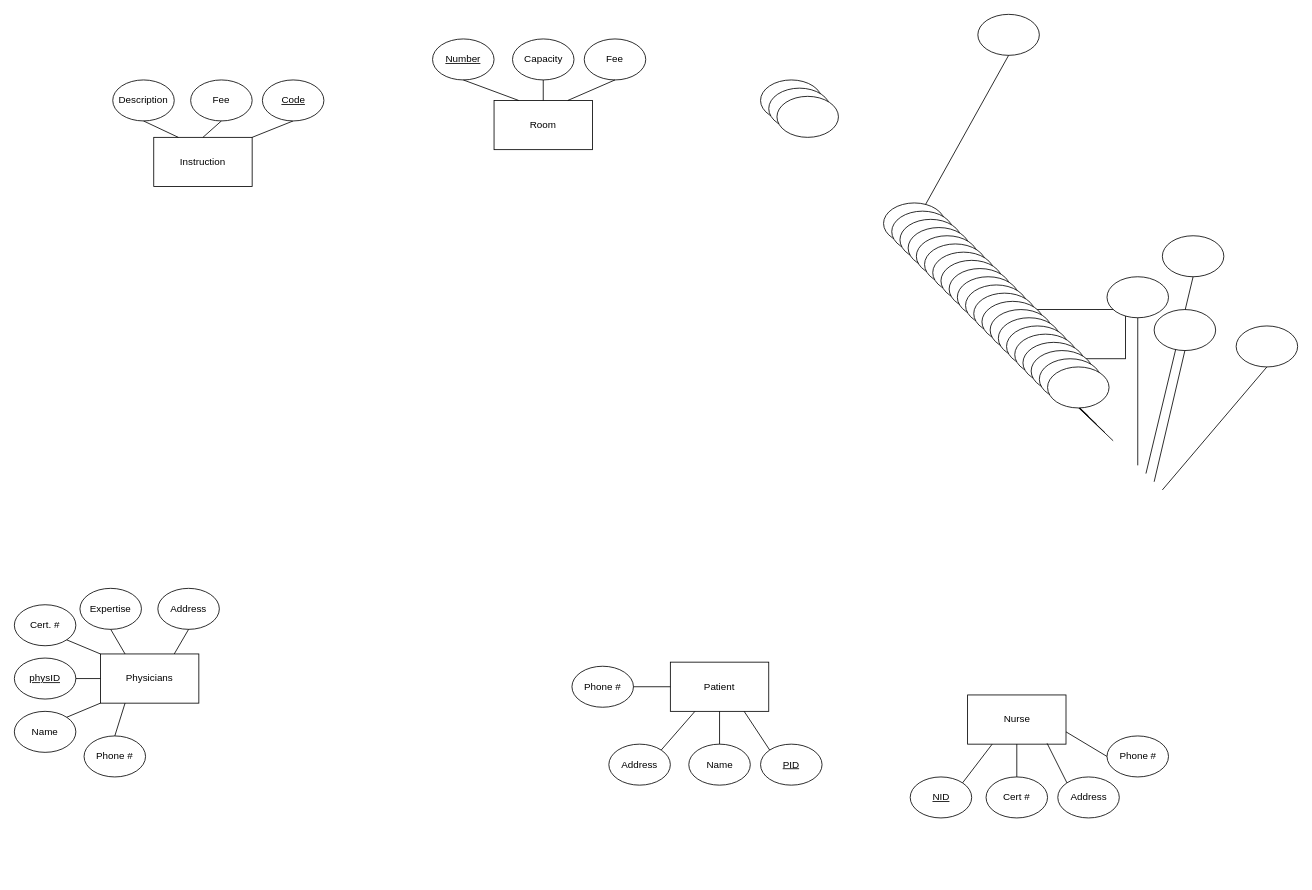
The draw.io diagram Diagrams/finalERD.drawio in RPetrov453/cs480FinalProject, before the edit. Source tidied: cells renumbered, new cells numbered last; positions are measured from the earlier drawing's top-left corner, leaving out a move shared by most shapes. Both pictures are drawn from the tidied source at 82%, with x=0, y=0 at pixel (14, 14).
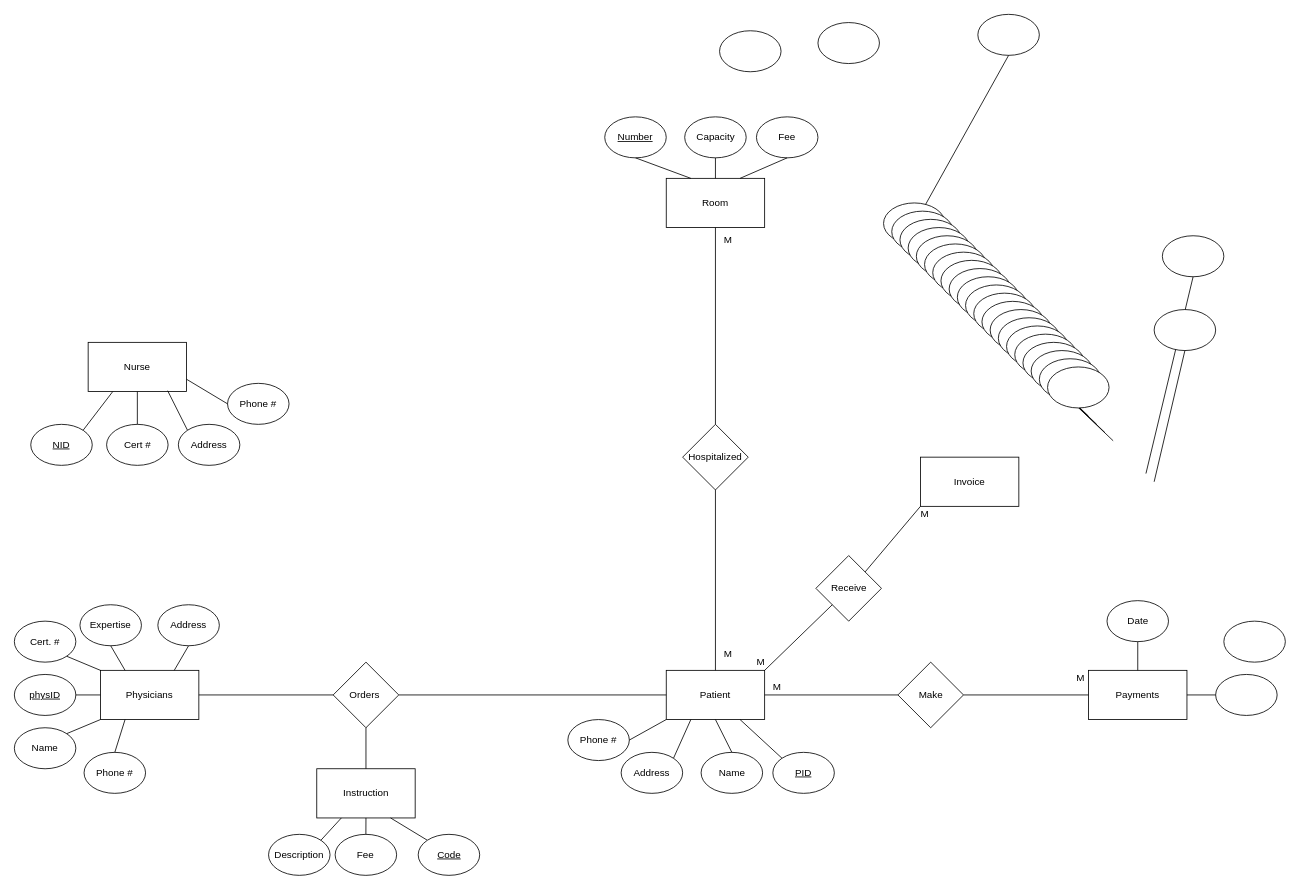
Above is the later version.

Commit message (it also covers changes not shown here):
Added more to ERD, creating template for sql files

The edit, as a diff of the source:
```diff
@@
     <mxCell id="2" value="Physicians" style="rounded=0;whiteSpace=wrap;html=1;" parent="1" vertex="1">
-      <mxGeometry x="105" y="780" width="120" height="60" as="geometry" />
+      <mxGeometry x="105" y="800" width="120" height="60" as="geometry" />
     </mxCell>
     <mxCell id="3" value="Room" style="rounded=0;whiteSpace=wrap;html=1;" parent="1" vertex="1">
-      <mxGeometry x="585" y="105" width="120" height="60" as="geometry" />
+      <mxGeometry x="795" y="200" width="120" height="60" as="geometry" />
     </mxCell>
     <mxCell id="4" value="Instruction" style="rounded=0;whiteSpace=wrap;html=1;" parent="1" vertex="1">
-      <mxGeometry x="170" y="150" width="120" height="60" as="geometry" />
+      <mxGeometry x="368.8" y="920" width="120" height="60" as="geometry" />
     </mxCell>
-    <mxCell id="5" style="rounded=0;whiteSpace=wrap;html=1;" parent="1" vertex="1">
-      <mxGeometry x="1235" y="360" width="120" height="60" as="geometry" />
+    <mxCell id="5" value="Payments" style="rounded=0;whiteSpace=wrap;html=1;" parent="1" vertex="1">
+      <mxGeometry x="1310" y="800" width="120" height="60" as="geometry" />
     </mxCell>
     <mxCell id="6" value="Patient" style="rounded=0;whiteSpace=wrap;html=1;" parent="1" vertex="1">
-      <mxGeometry x="800" y="790" width="120" height="60" as="geometry" />
+      <mxGeometry x="795" y="800" width="120" height="60" as="geometry" />
     </mxCell>
     <mxCell id="7" value="Nurse" style="rounded=0;whiteSpace=wrap;html=1;" parent="1" vertex="1">
-      <mxGeometry x="1162.5" y="830" width="120" height="60" as="geometry" />
+      <mxGeometry x="90" y="400" width="120" height="60" as="geometry" />
     </mxCell>
     <mxCell id="8" value="&lt;u&gt;physID&lt;/u&gt;" style="ellipse;whiteSpace=wrap;html=1;" parent="1" vertex="1">
-      <mxGeometry y="785" width="75" height="50" as="geometry" />
+      <mxGeometry y="805" width="75" height="50" as="geometry" />
     </mxCell>
@@
     <mxCell id="10" style="ellipse;whiteSpace=wrap;html=1;" parent="1" vertex="1">
-      <mxGeometry x="910" y="80" width="75" height="50" as="geometry" />
+      <mxGeometry x="860" y="20" width="75" height="50" as="geometry" />
     </mxCell>
-    <mxCell id="11" style="endArrow=none;html=1;rounded=0;entryX=0.5;entryY=1;entryDx=0;entryDy=0;exitX=1;exitY=0;exitDx=0;exitDy=0;" parent="1" edge="1" source="4" target="14">
+    <mxCell id="11" style="endArrow=none;html=1;rounded=0;entryX=0;entryY=0;entryDx=0;entryDy=0;exitX=0.75;exitY=1;exitDx=0;exitDy=0;" parent="1" edge="1" source="4" target="14">
       <mxGeometry relative="1" as="geometry" />
     </mxCell>
     <mxCell id="12" style="ellipse;whiteSpace=wrap;html=1;" parent="1" vertex="1">
-      <mxGeometry x="920" y="90" width="75" height="50" as="geometry" />
+      <mxGeometry x="980" y="10" width="75" height="50" as="geometry" />
     </mxCell>
     <mxCell id="13" style="ellipse;whiteSpace=wrap;html=1;" parent="1" vertex="1">
-      <mxGeometry x="930" y="100" width="75" height="50" as="geometry" />
+      <mxGeometry x="1475" y="740" width="75" height="50" as="geometry" />
     </mxCell>
     <mxCell id="14" value="&lt;u&gt;Code&lt;/u&gt;" style="ellipse;whiteSpace=wrap;html=1;" parent="1" vertex="1">
-      <mxGeometry x="302.5" y="80" width="75" height="50" as="geometry" />
+      <mxGeometry x="492.5" y="1000" width="75" height="50" as="geometry" />
     </mxCell>
     <mxCell id="15" value="Phone #" style="ellipse;whiteSpace=wrap;html=1;" parent="1" vertex="1">
-      <mxGeometry x="85" y="880" width="75" height="50" as="geometry" />
+      <mxGeometry x="85" y="900" width="75" height="50" as="geometry" />
     </mxCell>
@@
     <mxCell id="17" value="Fee" style="ellipse;whiteSpace=wrap;html=1;" parent="1" vertex="1">
-      <mxGeometry x="215" y="80" width="75" height="50" as="geometry" />
+      <mxGeometry x="391.2" y="1000" width="75" height="50" as="geometry" />
     </mxCell>
-    <mxCell id="18" style="endArrow=none;html=1;rounded=0;entryX=0.5;entryY=1;entryDx=0;entryDy=0;exitX=0.5;exitY=0;exitDx=0;exitDy=0;" parent="1" edge="1" source="4" target="17">
+    <mxCell id="18" style="endArrow=none;html=1;rounded=0;entryX=0.5;entryY=0;entryDx=0;entryDy=0;exitX=0.5;exitY=1;exitDx=0;exitDy=0;" parent="1" edge="1" source="4" target="17">
       <mxGeometry relative="1" as="geometry" />
     </mxCell>
     <mxCell id="19" value="Description" style="ellipse;whiteSpace=wrap;html=1;" parent="1" vertex="1">
-      <mxGeometry x="120" y="80" width="75" height="50" as="geometry" />
+      <mxGeometry x="310" y="1000" width="75" height="50" as="geometry" />
     </mxCell>
-    <mxCell id="20" style="endArrow=none;html=1;rounded=0;entryX=0.5;entryY=1;entryDx=0;entryDy=0;exitX=0.25;exitY=0;exitDx=0;exitDy=0;" parent="1" edge="1" source="4" target="19">
+    <mxCell id="20" style="endArrow=none;html=1;rounded=0;entryX=1;entryY=0;entryDx=0;entryDy=0;exitX=0.25;exitY=1;exitDx=0;exitDy=0;" parent="1" edge="1" source="4" target="19">
       <mxGeometry relative="1" as="geometry" />
     </mxCell>
     <mxCell id="21" value="Capacity" style="ellipse;whiteSpace=wrap;html=1;" parent="1" vertex="1">
-      <mxGeometry x="607.5" y="30" width="75" height="50" as="geometry" />
+      <mxGeometry x="817.5" y="125" width="75" height="50" as="geometry" />
     </mxCell>
@@
     <mxCell id="23" value="Address" style="ellipse;whiteSpace=wrap;html=1;" parent="1" vertex="1">
-      <mxGeometry x="175" y="700" width="75" height="50" as="geometry" />
+      <mxGeometry x="175" y="720" width="75" height="50" as="geometry" />
     </mxCell>
@@
     <mxCell id="27" value="Cert. #" style="ellipse;whiteSpace=wrap;html=1;" parent="1" vertex="1">
-      <mxGeometry y="720" width="75" height="50" as="geometry" />
+      <mxGeometry y="740" width="75" height="50" as="geometry" />
     </mxCell>
@@
     <mxCell id="29" value="Name" style="ellipse;whiteSpace=wrap;html=1;" parent="1" vertex="1">
-      <mxGeometry y="850" width="75" height="50" as="geometry" />
+      <mxGeometry y="870" width="75" height="50" as="geometry" />
     </mxCell>
@@
     <mxCell id="31" value="Expertise" style="ellipse;whiteSpace=wrap;html=1;" parent="1" vertex="1">
-      <mxGeometry x="80" y="700" width="75" height="50" as="geometry" />
+      <mxGeometry x="80" y="720" width="75" height="50" as="geometry" />
     </mxCell>
@@
     <mxCell id="33" value="Fee" style="ellipse;whiteSpace=wrap;html=1;" parent="1" vertex="1">
-      <mxGeometry x="695" y="30" width="75" height="50" as="geometry" />
+      <mxGeometry x="905" y="125" width="75" height="50" as="geometry" />
     </mxCell>
@@
     <mxCell id="35" value="&lt;u&gt;Number&lt;/u&gt;" style="ellipse;whiteSpace=wrap;html=1;" parent="1" vertex="1">
-      <mxGeometry x="510" y="30" width="75" height="50" as="geometry" />
+      <mxGeometry x="720" y="125" width="75" height="50" as="geometry" />
     </mxCell>
@@
     <mxCell id="78" value="Phone #" style="ellipse;whiteSpace=wrap;html=1;" parent="1" vertex="1">
-      <mxGeometry x="1332.5" y="880" width="75" height="50" as="geometry" />
+      <mxGeometry x="260" y="450" width="75" height="50" as="geometry" />
     </mxCell>
@@
-    <mxCell id="80" style="ellipse;whiteSpace=wrap;html=1;" parent="1" vertex="1">
-      <mxGeometry x="1332.5" y="320" width="75" height="50" as="geometry" />
+    <mxCell id="80" value="Date" style="ellipse;whiteSpace=wrap;html=1;" parent="1" vertex="1">
+      <mxGeometry x="1332.5" y="715" width="75" height="50" as="geometry" />
     </mxCell>
-    <mxCell id="81" style="endArrow=none;html=1;rounded=0;entryX=0.5;entryY=1;entryDx=0;entryDy=0;" parent="1" edge="1" target="80">
-      <mxGeometry relative="1" as="geometry">
-        <mxPoint x="1370" y="550" as="sourcePoint" />
-      </mxGeometry>
+    <mxCell id="81" style="endArrow=none;html=1;rounded=0;entryX=0.5;entryY=1;entryDx=0;entryDy=0;exitX=0.5;exitY=0;exitDx=0;exitDy=0;" parent="1" edge="1" source="5" target="80">
+      <mxGeometry relative="1" as="geometry" />
     </mxCell>
@@
     <mxCell id="86" style="ellipse;whiteSpace=wrap;html=1;" parent="1" vertex="1">
-      <mxGeometry x="1490" y="380" width="75" height="50" as="geometry" />
+      <mxGeometry x="1465" y="805" width="75" height="50" as="geometry" />
     </mxCell>
-    <mxCell id="87" style="endArrow=none;html=1;rounded=0;entryX=0.5;entryY=1;entryDx=0;entryDy=0;" parent="1" edge="1" target="86">
-      <mxGeometry relative="1" as="geometry">
-        <mxPoint x="1400" y="580" as="sourcePoint" />
-      </mxGeometry>
+    <mxCell id="87" style="endArrow=none;html=1;rounded=0;entryX=0;entryY=0.5;entryDx=0;entryDy=0;exitX=1;exitY=0.5;exitDx=0;exitDy=0;" parent="1" edge="1" source="5" target="86">
+      <mxGeometry relative="1" as="geometry" />
     </mxCell>
     <mxCell id="88" value="&lt;u&gt;NID&lt;/u&gt;" style="ellipse;whiteSpace=wrap;html=1;" parent="1" vertex="1">
-      <mxGeometry x="1092.5" y="930" width="75" height="50" as="geometry" />
+      <mxGeometry x="20" y="500" width="75" height="50" as="geometry" />
     </mxCell>
@@
     <mxCell id="90" value="Address" style="ellipse;whiteSpace=wrap;html=1;" parent="1" vertex="1">
-      <mxGeometry x="1272.5" y="930" width="75" height="50" as="geometry" />
+      <mxGeometry x="200" y="500" width="75" height="50" as="geometry" />
     </mxCell>
@@
     <mxCell id="92" value="Cert #" style="ellipse;whiteSpace=wrap;html=1;" parent="1" vertex="1">
-      <mxGeometry x="1185" y="930" width="75" height="50" as="geometry" />
+      <mxGeometry x="112.5" y="500" width="75" height="50" as="geometry" />
     </mxCell>
@@
     <mxCell id="94" value="Phone #" style="ellipse;whiteSpace=wrap;html=1;" parent="1" vertex="1">
-      <mxGeometry x="680" y="795" width="75" height="50" as="geometry" />
+      <mxGeometry x="675" y="860" width="75" height="50" as="geometry" />
     </mxCell>
-    <mxCell id="95" style="endArrow=none;html=1;rounded=0;entryX=1;entryY=0.5;entryDx=0;entryDy=0;exitX=0;exitY=0.5;exitDx=0;exitDy=0;" parent="1" edge="1" source="6" target="94">
+    <mxCell id="95" style="endArrow=none;html=1;rounded=0;entryX=1;entryY=0.5;entryDx=0;entryDy=0;exitX=0;exitY=1;exitDx=0;exitDy=0;" parent="1" edge="1" source="6" target="94">
       <mxGeometry relative="1" as="geometry" />
     </mxCell>
     <mxCell id="96" value="Address" style="ellipse;whiteSpace=wrap;html=1;" parent="1" vertex="1">
-      <mxGeometry x="725" y="890" width="75" height="50" as="geometry" />
+      <mxGeometry x="740" y="900" width="75" height="50" as="geometry" />
     </mxCell>
@@
     <mxCell id="98" value="&lt;u&gt;PID&lt;/u&gt;" style="ellipse;whiteSpace=wrap;html=1;" parent="1" vertex="1">
-      <mxGeometry x="910" y="890" width="75" height="50" as="geometry" />
+      <mxGeometry x="925" y="900" width="75" height="50" as="geometry" />
     </mxCell>
@@
     <mxCell id="100" value="Name" style="ellipse;whiteSpace=wrap;html=1;" parent="1" vertex="1">
-      <mxGeometry x="822.5" y="890" width="75" height="50" as="geometry" />
+      <mxGeometry x="837.5" y="900" width="75" height="50" as="geometry" />
     </mxCell>
@@
+    <mxCell id="102" value="Hospitalized" style="rhombus;whiteSpace=wrap;html=1;" parent="1" vertex="1">
+      <mxGeometry x="815" y="500" width="80" height="80" as="geometry" />
+    </mxCell>
+    <mxCell id="103" style="endArrow=none;html=1;rounded=0;entryX=0.5;entryY=1;entryDx=0;entryDy=0;exitX=0.5;exitY=0;exitDx=0;exitDy=0;" parent="1" edge="1" source="6" target="102">
+      <mxGeometry relative="1" as="geometry" />
+    </mxCell>
+    <mxCell id="104" style="endArrow=none;html=1;rounded=0;entryX=0.5;entryY=1;entryDx=0;entryDy=0;exitX=0.5;exitY=0;exitDx=0;exitDy=0;" parent="1" edge="1" source="102" target="3">
+      <mxGeometry relative="1" as="geometry" />
+    </mxCell>
+    <mxCell id="105" value="M" style="text;html=1;align=center;verticalAlign=middle;strokeColor=none;fillColor=none;" parent="1" vertex="1">
+      <mxGeometry x="855" y="260" width="30" height="30" as="geometry" />
+    </mxCell>
+    <mxCell id="106" value="M" style="text;html=1;align=center;verticalAlign=middle;strokeColor=none;fillColor=none;" parent="1" vertex="1">
+      <mxGeometry x="855" y="765" width="30" height="30" as="geometry" />
+    </mxCell>
+    <mxCell id="107" value="Orders&amp;nbsp;" style="rhombus;whiteSpace=wrap;html=1;" parent="1" vertex="1">
+      <mxGeometry x="388.8" y="790" width="80" height="80" as="geometry" />
+    </mxCell>
+    <mxCell id="108" style="endArrow=none;html=1;rounded=0;exitX=1;exitY=0.5;exitDx=0;exitDy=0;entryX=0;entryY=0.5;entryDx=0;entryDy=0;" parent="1" edge="1" source="107" target="6">
+      <mxGeometry relative="1" as="geometry" />
+    </mxCell>
+    <mxCell id="109" style="endArrow=none;html=1;rounded=0;entryX=1;entryY=0.5;entryDx=0;entryDy=0;exitX=0;exitY=0.5;exitDx=0;exitDy=0;" parent="1" edge="1" source="107" target="2">
+      <mxGeometry relative="1" as="geometry" />
+    </mxCell>
+    <mxCell id="110" style="endArrow=none;html=1;rounded=0;entryX=0.5;entryY=1;entryDx=0;entryDy=0;exitX=0.5;exitY=0;exitDx=0;exitDy=0;" parent="1" edge="1" source="4" target="107">
+      <mxGeometry relative="1" as="geometry" />
+    </mxCell>
+    <mxCell id="111" style="endArrow=none;html=1;rounded=0;exitX=1;exitY=0.5;exitDx=0;exitDy=0;" parent="1" edge="1" source="6" target="112">
+      <mxGeometry relative="1" as="geometry" />
+    </mxCell>
+    <mxCell id="112" value="Make" style="rhombus;whiteSpace=wrap;html=1;" parent="1" vertex="1">
+      <mxGeometry x="1077.5" y="790" width="80" height="80" as="geometry" />
+    </mxCell>
+    <mxCell id="113" style="endArrow=none;html=1;rounded=0;entryX=1;entryY=0.5;entryDx=0;entryDy=0;exitX=0;exitY=0.5;exitDx=0;exitDy=0;" parent="1" edge="1" source="5" target="112">
+      <mxGeometry relative="1" as="geometry" />
+    </mxCell>
+    <mxCell id="114" value="M" style="text;html=1;align=center;verticalAlign=middle;strokeColor=none;fillColor=none;" parent="1" vertex="1">
+      <mxGeometry x="915" y="805" width="30" height="30" as="geometry" />
+    </mxCell>
+    <mxCell id="115" value="M" style="text;html=1;align=center;verticalAlign=middle;strokeColor=none;fillColor=none;" parent="1" vertex="1">
+      <mxGeometry x="1285" y="795" width="30" height="30" as="geometry" />
+    </mxCell>
+    <mxCell id="116" value="Invoice" style="rounded=0;whiteSpace=wrap;html=1;" parent="1" vertex="1">
+      <mxGeometry x="1105" y="540" width="120" height="60" as="geometry" />
+    </mxCell>
+    <mxCell id="117" value="Receive" style="rhombus;whiteSpace=wrap;html=1;" parent="1" vertex="1">
+      <mxGeometry x="977.5" y="660" width="80" height="80" as="geometry" />
+    </mxCell>
+    <mxCell id="118" style="endArrow=none;html=1;rounded=0;exitX=1;exitY=0;exitDx=0;exitDy=0;entryX=0;entryY=1;entryDx=0;entryDy=0;" parent="1" edge="1" source="6" target="117">
+      <mxGeometry relative="1" as="geometry" />
+    </mxCell>
+    <mxCell id="119" style="endArrow=none;html=1;rounded=0;entryX=0;entryY=1;entryDx=0;entryDy=0;exitX=1;exitY=0;exitDx=0;exitDy=0;" parent="1" edge="1" source="117" target="116">
+      <mxGeometry relative="1" as="geometry" />
+    </mxCell>
+    <mxCell id="120" value="M" style="text;html=1;align=center;verticalAlign=middle;strokeColor=none;fillColor=none;" parent="1" vertex="1">
+      <mxGeometry x="895" y="775" width="30" height="30" as="geometry" />
+    </mxCell>
+    <mxCell id="121" value="M" style="text;html=1;align=center;verticalAlign=middle;strokeColor=none;fillColor=none;" parent="1" vertex="1">
+      <mxGeometry x="1095" y="595" width="30" height="30" as="geometry" />
+    </mxCell>
```
